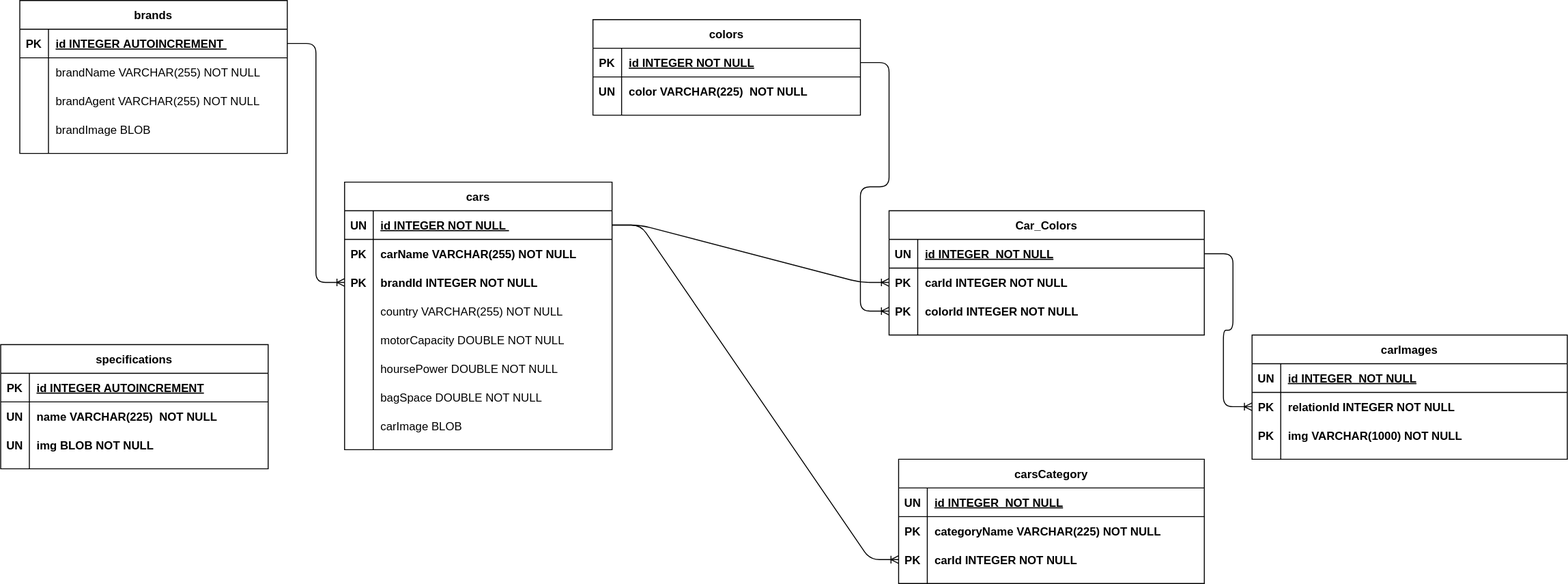
This is carsModels/dbDiagram.svg from ehabAbdelMawla/Exhaust, a draw.io export, as it was before one commit. Source tidied: cells renumbered, new cells last; positions are measured from the earlier drawing's top-left corner, leaving out a move shared by most shapes.
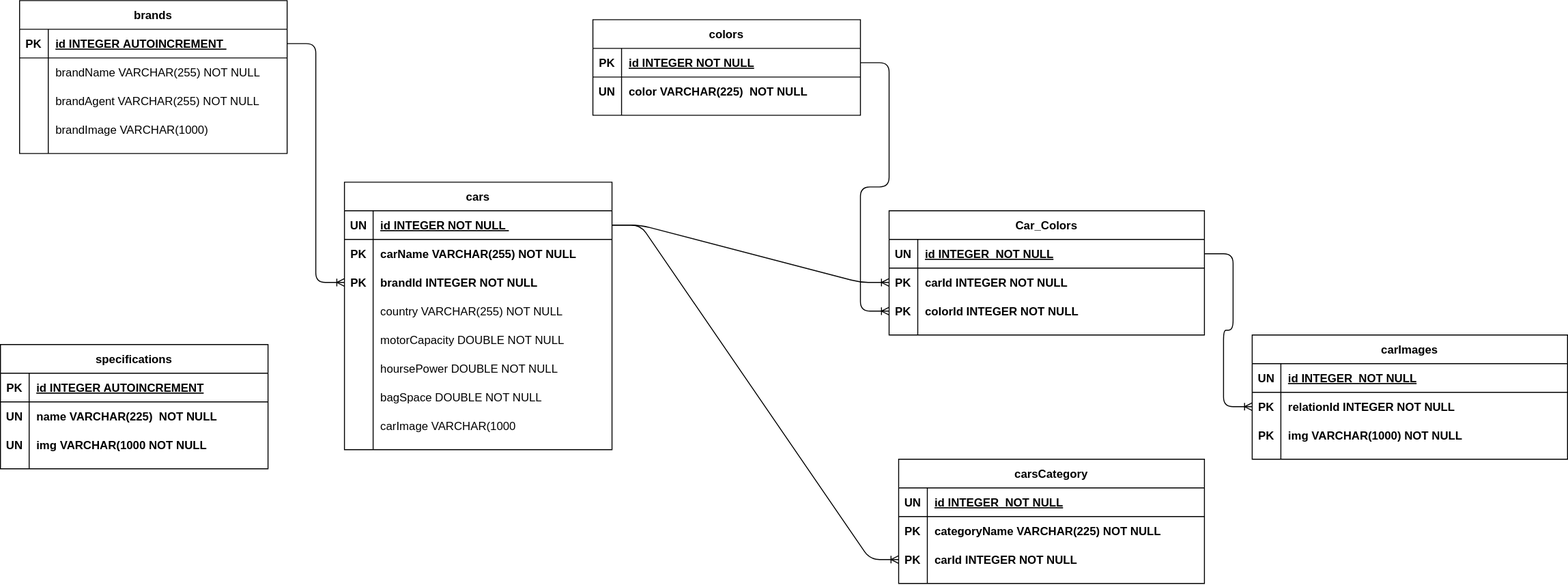
Later version of the same file.

Change to the diagram source:
```diff
@@ -38,7 +38,7 @@
     <mxCell id="13" style="shape=partialRectangle;overflow=hidden;fillColor=none;top=0;left=0;bottom=0;right=0;" parent="12" vertex="1">
       <mxGeometry width="30" height="30" as="geometry" />
     </mxCell>
-    <mxCell id="14" value="brandImage BLOB " style="shape=partialRectangle;overflow=hidden;fillColor=none;top=0;left=0;bottom=0;right=0;align=left;spacingLeft=6;" parent="12" vertex="1">
+    <mxCell id="14" value="brandImage VARCHAR(1000) " style="shape=partialRectangle;overflow=hidden;fillColor=none;top=0;left=0;bottom=0;right=0;align=left;spacingLeft=6;" parent="12" vertex="1">
       <mxGeometry x="30" width="250" height="30" as="geometry" />
     </mxCell>
     <mxCell id="15" value="cars" style="shape=table;startSize=30;rowLines=0;fontStyle=1;align=center;" parent="1" vertex="1">
@@ -113,7 +113,7 @@
     <mxCell id="38" style="shape=partialRectangle;overflow=hidden;fillColor=none;top=0;left=0;bottom=0;right=0;" parent="37" vertex="1">
       <mxGeometry width="30" height="30" as="geometry" />
     </mxCell>
-    <mxCell id="39" value="carImage BLOB" style="shape=partialRectangle;overflow=hidden;fillColor=none;top=0;left=0;bottom=0;right=0;align=left;spacingLeft=6;" parent="37" vertex="1">
+    <mxCell id="39" value="carImage VARCHAR(1000" style="shape=partialRectangle;overflow=hidden;fillColor=none;top=0;left=0;bottom=0;right=0;align=left;spacingLeft=6;" parent="37" vertex="1">
       <mxGeometry x="30" width="250" height="30" as="geometry" />
     </mxCell>
     <mxCell id="40" style="edgeStyle=entityRelationEdgeStyle;fontSize=12;html=1;endArrow=ERoneToMany;entryX=0;entryY=0.5;entryDx=0;entryDy=0;exitX=1;exitY=0.5;exitDx=0;exitDy=0;" parent="1" edge="1" source="3" target="22">
@@ -179,7 +179,7 @@
     <mxCell id="60" value="UN" style="shape=partialRectangle;fillColor=none;top=0;left=0;bottom=0;right=0;overflow=hidden;fontStyle=1;" parent="59" vertex="1">
       <mxGeometry width="30" height="30" as="geometry" />
     </mxCell>
-    <mxCell id="61" value="img BLOB  NOT NULL" style="shape=partialRectangle;fillColor=none;top=0;left=0;bottom=0;right=0;align=left;spacingLeft=6;overflow=hidden;fontStyle=1;" parent="59" vertex="1">
+    <mxCell id="61" value="img VARCHAR(1000 NOT NULL" style="shape=partialRectangle;fillColor=none;top=0;left=0;bottom=0;right=0;align=left;spacingLeft=6;overflow=hidden;fontStyle=1;" parent="59" vertex="1">
       <mxGeometry x="30" width="250" height="30" as="geometry" />
     </mxCell>
     <mxCell id="62" value="colors" style="shape=table;startSize=30;rowLines=0;fontStyle=1;align=center;" parent="1" vertex="1">
```
